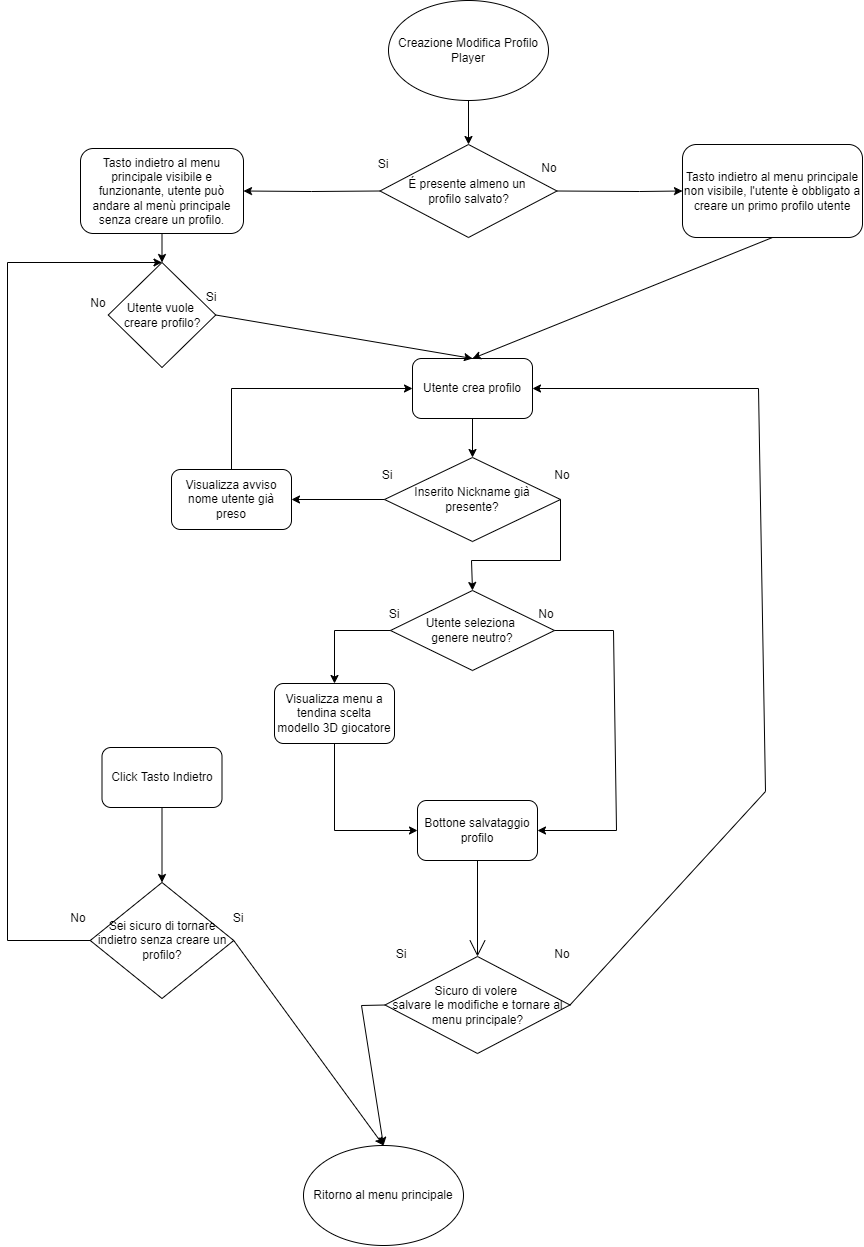
The draw.io diagram doc/img/FlowchartCreazioneProfiloUtente.drawio.png in zSavT/Healthy-Catering, before a commit. Source tidied: cells renumbered, new cells last; positions are measured from the earlier drawing's top-left corner, leaving out a move shared by most shapes. The source it was exported from:
```xml
<mxGraphModel>
  <root>
    <mxCell id="0" />
    <mxCell id="1" parent="0" />
    <mxCell id="2" value="Creazione Modifica Profilo Player" style="ellipse;whiteSpace=wrap;html=1;hachureGap=4;" parent="1" vertex="1">
      <mxGeometry x="381" width="160" height="100" as="geometry" />
    </mxCell>
    <mxCell id="3" value="Ritorno al menu principale" style="ellipse;whiteSpace=wrap;html=1;hachureGap=4;fontSize=12;" parent="1" vertex="1">
      <mxGeometry x="296" y="1145" width="160" height="100" as="geometry" />
    </mxCell>
    <mxCell id="4" value="Utente crea profilo" style="rounded=1;whiteSpace=wrap;html=1;" parent="1" vertex="1">
      <mxGeometry x="405" y="358" width="120" height="60" as="geometry" />
    </mxCell>
    <mxCell id="5" value="Bottone salvataggio profilo" style="rounded=1;whiteSpace=wrap;html=1;" parent="1" vertex="1">
      <mxGeometry x="410" y="800" width="120" height="60" as="geometry" />
    </mxCell>
    <mxCell id="6" value="Utente seleziona &lt;br&gt;genere neutro?" style="rhombus;whiteSpace=wrap;html=1;" parent="1" vertex="1">
      <mxGeometry x="383" y="590" width="164" height="80" as="geometry" />
    </mxCell>
    <mxCell id="7" value="Si" style="text;html=1;strokeColor=none;fillColor=none;align=center;verticalAlign=middle;whiteSpace=wrap;rounded=0;" parent="1" vertex="1">
      <mxGeometry x="357" y="599" width="60" height="30" as="geometry" />
    </mxCell>
    <mxCell id="8" value="No" style="text;html=1;strokeColor=none;fillColor=none;align=center;verticalAlign=middle;whiteSpace=wrap;rounded=0;" parent="1" vertex="1">
      <mxGeometry x="509" y="599" width="60" height="30" as="geometry" />
    </mxCell>
    <mxCell id="9" value="Visualizza menu a tendina scelta modello 3D giocatore" style="rounded=1;whiteSpace=wrap;html=1;" parent="1" vertex="1">
      <mxGeometry x="267" y="683" width="120" height="60" as="geometry" />
    </mxCell>
    <mxCell id="10" style="endArrow=classic;html=1;rounded=0;exitX=0;exitY=0.5;exitDx=0;exitDy=0;entryX=0.5;entryY=0;entryDx=0;entryDy=0;" parent="1" edge="1" source="6" target="9">
      <mxGeometry relative="1" as="geometry">
        <Array as="points">
          <mxPoint x="327" y="630" />
        </Array>
      </mxGeometry>
    </mxCell>
    <mxCell id="11" value="Sicuro di volere&amp;nbsp;&lt;br&gt;salvare le modifiche e tornare al menu principale?" style="rhombus;whiteSpace=wrap;html=1;" parent="1" vertex="1">
      <mxGeometry x="377.5" y="956" width="185" height="97" as="geometry" />
    </mxCell>
    <mxCell id="12" value="No" style="text;html=1;strokeColor=none;fillColor=none;align=center;verticalAlign=middle;whiteSpace=wrap;rounded=0;" parent="1" vertex="1">
      <mxGeometry x="525" y="939" width="60" height="30" as="geometry" />
    </mxCell>
    <mxCell id="13" value="Si" style="text;html=1;strokeColor=none;fillColor=none;align=center;verticalAlign=middle;whiteSpace=wrap;rounded=0;" parent="1" vertex="1">
      <mxGeometry x="364" y="939" width="60" height="30" as="geometry" />
    </mxCell>
    <mxCell id="14" style="endArrow=classic;html=1;rounded=0;exitX=1;exitY=0.5;exitDx=0;exitDy=0;entryX=1;entryY=0.5;entryDx=0;entryDy=0;" parent="1" edge="1" source="6" target="5">
      <mxGeometry relative="1" as="geometry">
        <Array as="points">
          <mxPoint x="606" y="630" />
          <mxPoint x="609" y="830" />
        </Array>
      </mxGeometry>
    </mxCell>
    <mxCell id="15" style="endArrow=classic;html=1;rounded=0;exitX=0.5;exitY=1;exitDx=0;exitDy=0;entryX=0;entryY=0.5;entryDx=0;entryDy=0;" parent="1" edge="1" source="9" target="5">
      <mxGeometry relative="1" as="geometry">
        <Array as="points">
          <mxPoint x="327" y="830" />
        </Array>
      </mxGeometry>
    </mxCell>
    <mxCell id="16" style="endArrow=classic;html=1;rounded=0;exitX=1;exitY=0.5;exitDx=0;exitDy=0;entryX=1;entryY=0.5;entryDx=0;entryDy=0;" parent="1" edge="1" source="11" target="4">
      <mxGeometry relative="1" as="geometry">
        <Array as="points">
          <mxPoint x="758" y="791" />
          <mxPoint x="751" y="388" />
        </Array>
      </mxGeometry>
    </mxCell>
    <mxCell id="17" style="edgeStyle=none;jettySize=auto;html=1;rounded=0;endArrow=open;startSize=14;endSize=14;sourcePerimeterSpacing=8;targetPerimeterSpacing=8;curved=1;exitX=0.5;exitY=1;exitDx=0;exitDy=0;entryX=0.5;entryY=0;entryDx=0;entryDy=0;" parent="1" edge="1" source="5" target="11">
      <mxGeometry relative="1" as="geometry" />
    </mxCell>
    <mxCell id="18" value="Inserito Nickname già&lt;br&gt;presente?" style="rhombus;whiteSpace=wrap;html=1;" parent="1" vertex="1">
      <mxGeometry x="377" y="457" width="176" height="84" as="geometry" />
    </mxCell>
    <mxCell id="19" value="Visualizza avviso nome utente già preso" style="rounded=1;whiteSpace=wrap;html=1;" parent="1" vertex="1">
      <mxGeometry x="164" y="469" width="120" height="60" as="geometry" />
    </mxCell>
    <mxCell id="20" style="endArrow=classic;html=1;rounded=0;exitX=0;exitY=0.5;exitDx=0;exitDy=0;entryX=1;entryY=0.5;entryDx=0;entryDy=0;" parent="1" edge="1" source="18" target="19">
      <mxGeometry relative="1" as="geometry" />
    </mxCell>
    <mxCell id="21" style="endArrow=classic;html=1;rounded=0;exitX=0.5;exitY=1;exitDx=0;exitDy=0;entryX=0.5;entryY=0;entryDx=0;entryDy=0;" parent="1" edge="1" source="4" target="18">
      <mxGeometry relative="1" as="geometry" />
    </mxCell>
    <mxCell id="22" value="Si" style="text;html=1;strokeColor=none;fillColor=none;align=center;verticalAlign=middle;whiteSpace=wrap;rounded=0;" parent="1" vertex="1">
      <mxGeometry x="350" y="460" width="60" height="30" as="geometry" />
    </mxCell>
    <mxCell id="23" value="No" style="text;html=1;strokeColor=none;fillColor=none;align=center;verticalAlign=middle;whiteSpace=wrap;rounded=0;" parent="1" vertex="1">
      <mxGeometry x="525" y="460" width="60" height="30" as="geometry" />
    </mxCell>
    <mxCell id="24" style="endArrow=classic;html=1;rounded=0;exitX=1;exitY=0.5;exitDx=0;exitDy=0;entryX=0.5;entryY=0;entryDx=0;entryDy=0;" parent="1" edge="1" source="18" target="6">
      <mxGeometry relative="1" as="geometry">
        <Array as="points">
          <mxPoint x="553" y="560" />
          <mxPoint x="464" y="560" />
        </Array>
      </mxGeometry>
    </mxCell>
    <mxCell id="25" style="endArrow=classic;html=1;rounded=0;exitX=0.5;exitY=0;exitDx=0;exitDy=0;entryX=0;entryY=0.5;entryDx=0;entryDy=0;" parent="1" edge="1" source="19" target="4">
      <mxGeometry relative="1" as="geometry">
        <Array as="points">
          <mxPoint x="224" y="388" />
        </Array>
      </mxGeometry>
    </mxCell>
    <mxCell id="26" value="É presente almeno un &lt;br&gt;profilo salvato?" style="rhombus;whiteSpace=wrap;html=1;" parent="1" vertex="1">
      <mxGeometry x="372.5" y="144" width="177" height="93" as="geometry" />
    </mxCell>
    <mxCell id="27" value="Si" style="text;html=1;strokeColor=none;fillColor=none;align=center;verticalAlign=middle;whiteSpace=wrap;rounded=0;" parent="1" vertex="1">
      <mxGeometry x="346" y="149" width="60" height="30" as="geometry" />
    </mxCell>
    <mxCell id="28" value="No" style="text;html=1;strokeColor=none;fillColor=none;align=center;verticalAlign=middle;whiteSpace=wrap;rounded=0;" parent="1" vertex="1">
      <mxGeometry x="512" y="153" width="60" height="30" as="geometry" />
    </mxCell>
    <mxCell id="29" value="Tasto indietro al menu principale visibile e funzionante, utente può andare al menù principale senza creare un profilo." style="rounded=1;whiteSpace=wrap;html=1;" parent="1" vertex="1">
      <mxGeometry x="73" y="148" width="163" height="85" as="geometry" />
    </mxCell>
    <mxCell id="30" value="Tasto indietro al menu principale non visibile, l'utente è obbligato a creare un primo profilo utente" style="rounded=1;whiteSpace=wrap;html=1;" parent="1" vertex="1">
      <mxGeometry x="675" y="144" width="180" height="93" as="geometry" />
    </mxCell>
    <mxCell id="31" style="endArrow=classic;html=1;rounded=0;exitX=0;exitY=0.5;exitDx=0;exitDy=0;entryX=1;entryY=0.5;entryDx=0;entryDy=0;" parent="1" edge="1" source="26" target="29">
      <mxGeometry relative="1" as="geometry">
        <Array as="points">
          <mxPoint x="304" y="191" />
        </Array>
      </mxGeometry>
    </mxCell>
    <mxCell id="32" style="endArrow=classic;html=1;rounded=0;exitX=1;exitY=0.5;exitDx=0;exitDy=0;entryX=0;entryY=0.5;entryDx=0;entryDy=0;" parent="1" edge="1" source="26" target="30">
      <mxGeometry relative="1" as="geometry">
        <Array as="points">
          <mxPoint x="632" y="191" />
        </Array>
      </mxGeometry>
    </mxCell>
    <mxCell id="33" style="endArrow=classic;html=1;rounded=0;exitX=0.5;exitY=1;exitDx=0;exitDy=0;entryX=0.5;entryY=0;entryDx=0;entryDy=0;" parent="1" edge="1" source="30" target="4">
      <mxGeometry relative="1" as="geometry" />
    </mxCell>
    <mxCell id="34" style="endArrow=classic;html=1;rounded=0;exitX=0;exitY=0.5;exitDx=0;exitDy=0;entryX=0.5;entryY=0;entryDx=0;entryDy=0;" parent="1" edge="1" source="11" target="3">
      <mxGeometry relative="1" as="geometry">
        <Array as="points">
          <mxPoint x="354" y="1005" />
        </Array>
      </mxGeometry>
    </mxCell>
    <mxCell id="35" style="endArrow=classic;html=1;rounded=0;exitX=0.5;exitY=1;exitDx=0;exitDy=0;entryX=0.5;entryY=0;entryDx=0;entryDy=0;" parent="1" edge="1" source="2" target="26">
      <mxGeometry relative="1" as="geometry" />
    </mxCell>
    <mxCell id="36" style="endArrow=classic;html=1;rounded=0;exitX=0.5;exitY=1;exitDx=0;exitDy=0;entryX=0.5;entryY=0;entryDx=0;entryDy=0;" parent="1" edge="1" source="29" target="37">
      <mxGeometry relative="1" as="geometry" />
    </mxCell>
    <mxCell id="37" value="Utente vuole &lt;br&gt;creare profilo?" style="rhombus;whiteSpace=wrap;html=1;" parent="1" vertex="1">
      <mxGeometry x="100.8" y="262" width="107.5" height="105" as="geometry" />
    </mxCell>
    <mxCell id="38" value="Si" style="text;html=1;strokeColor=none;fillColor=none;align=center;verticalAlign=middle;whiteSpace=wrap;rounded=0;" parent="1" vertex="1">
      <mxGeometry x="174" y="282" width="60" height="30" as="geometry" />
    </mxCell>
    <mxCell id="39" style="endArrow=classic;html=1;rounded=0;exitX=1;exitY=0.5;exitDx=0;exitDy=0;entryX=0.5;entryY=0;entryDx=0;entryDy=0;" parent="1" edge="1" source="37" target="4">
      <mxGeometry relative="1" as="geometry" />
    </mxCell>
    <mxCell id="40" value="No" style="text;html=1;strokeColor=none;fillColor=none;align=center;verticalAlign=middle;whiteSpace=wrap;rounded=0;" parent="1" vertex="1">
      <mxGeometry x="61" y="288" width="60" height="30" as="geometry" />
    </mxCell>
    <mxCell id="41" value="Click Tasto Indietro" style="rounded=1;whiteSpace=wrap;html=1;" parent="1" vertex="1">
      <mxGeometry x="94.5" y="747" width="120" height="60" as="geometry" />
    </mxCell>
    <mxCell id="42" value="Sei sicuro di tornare indietro senza creare un profilo?" style="rhombus;whiteSpace=wrap;html=1;" parent="1" vertex="1">
      <mxGeometry x="82.8" y="882" width="143.5" height="116" as="geometry" />
    </mxCell>
    <mxCell id="43" value="Si" style="text;html=1;strokeColor=none;fillColor=none;align=center;verticalAlign=middle;whiteSpace=wrap;rounded=0;" parent="1" vertex="1">
      <mxGeometry x="201" y="903" width="60" height="30" as="geometry" />
    </mxCell>
    <mxCell id="44" value="No" style="text;html=1;strokeColor=none;fillColor=none;align=center;verticalAlign=middle;whiteSpace=wrap;rounded=0;" parent="1" vertex="1">
      <mxGeometry x="40.8" y="903" width="60" height="30" as="geometry" />
    </mxCell>
    <mxCell id="45" style="endArrow=classic;html=1;rounded=0;exitX=0.5;exitY=1;exitDx=0;exitDy=0;entryX=0.5;entryY=0;entryDx=0;entryDy=0;" parent="1" edge="1" source="41" target="42">
      <mxGeometry relative="1" as="geometry" />
    </mxCell>
    <mxCell id="46" style="endArrow=classic;html=1;rounded=0;exitX=0;exitY=0.5;exitDx=0;exitDy=0;entryX=0.5;entryY=0;entryDx=0;entryDy=0;" parent="1" edge="1" source="42" target="37">
      <mxGeometry relative="1" as="geometry">
        <Array as="points">
          <mxPoint y="940" />
          <mxPoint y="262" />
        </Array>
      </mxGeometry>
    </mxCell>
    <mxCell id="47" style="endArrow=classic;html=1;rounded=0;exitX=1;exitY=0.5;exitDx=0;exitDy=0;entryX=0.5;entryY=0;entryDx=0;entryDy=0;" parent="1" edge="1" source="42" target="3">
      <mxGeometry relative="1" as="geometry" />
    </mxCell>
  </root>
</mxGraphModel>
```
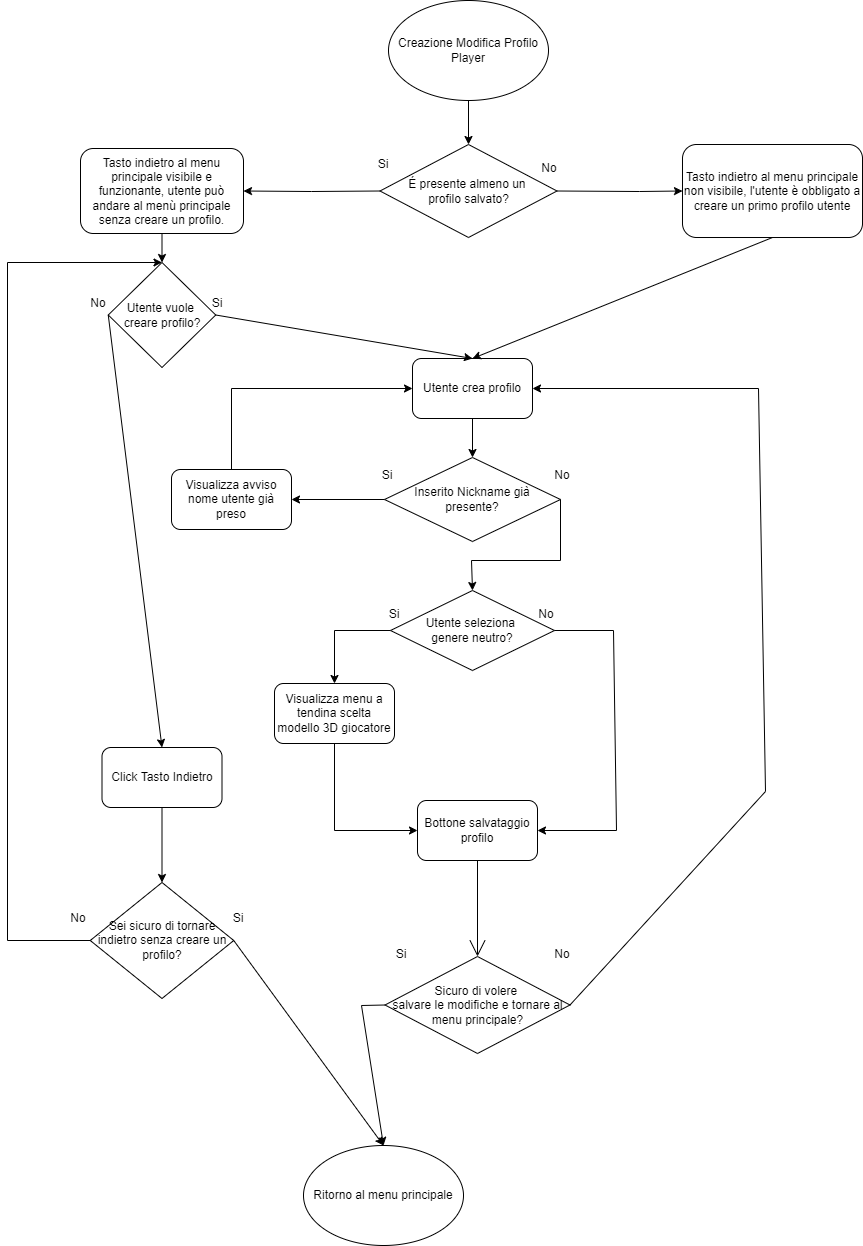
After the change.

Commit message:
Aggiornato flowchart creazione profilo utente

What changed in the source:
```diff
@@ -150,7 +150,7 @@
       <mxGeometry x="100.8" y="262" width="107.5" height="105" as="geometry" />
     </mxCell>
     <mxCell id="38" value="Si" style="text;html=1;strokeColor=none;fillColor=none;align=center;verticalAlign=middle;whiteSpace=wrap;rounded=0;" parent="1" vertex="1">
-      <mxGeometry x="174" y="282" width="60" height="30" as="geometry" />
+      <mxGeometry x="180" y="288" width="60" height="30" as="geometry" />
     </mxCell>
     <mxCell id="39" style="endArrow=classic;html=1;rounded=0;exitX=1;exitY=0.5;exitDx=0;exitDy=0;entryX=0.5;entryY=0;entryDx=0;entryDy=0;" parent="1" edge="1" source="37" target="4">
       <mxGeometry relative="1" as="geometry" />
@@ -184,5 +184,8 @@
     <mxCell id="47" style="endArrow=classic;html=1;rounded=0;exitX=1;exitY=0.5;exitDx=0;exitDy=0;entryX=0.5;entryY=0;entryDx=0;entryDy=0;" parent="1" edge="1" source="42" target="3">
       <mxGeometry relative="1" as="geometry" />
     </mxCell>
+    <mxCell id="48" style="endArrow=classic;html=1;rounded=0;exitX=0;exitY=0.5;exitDx=0;exitDy=0;entryX=0.5;entryY=0;entryDx=0;entryDy=0;" parent="1" edge="1" source="37" target="41">
+      <mxGeometry relative="1" as="geometry" />
+    </mxCell>
   </root>
 </mxGraphModel>
```
